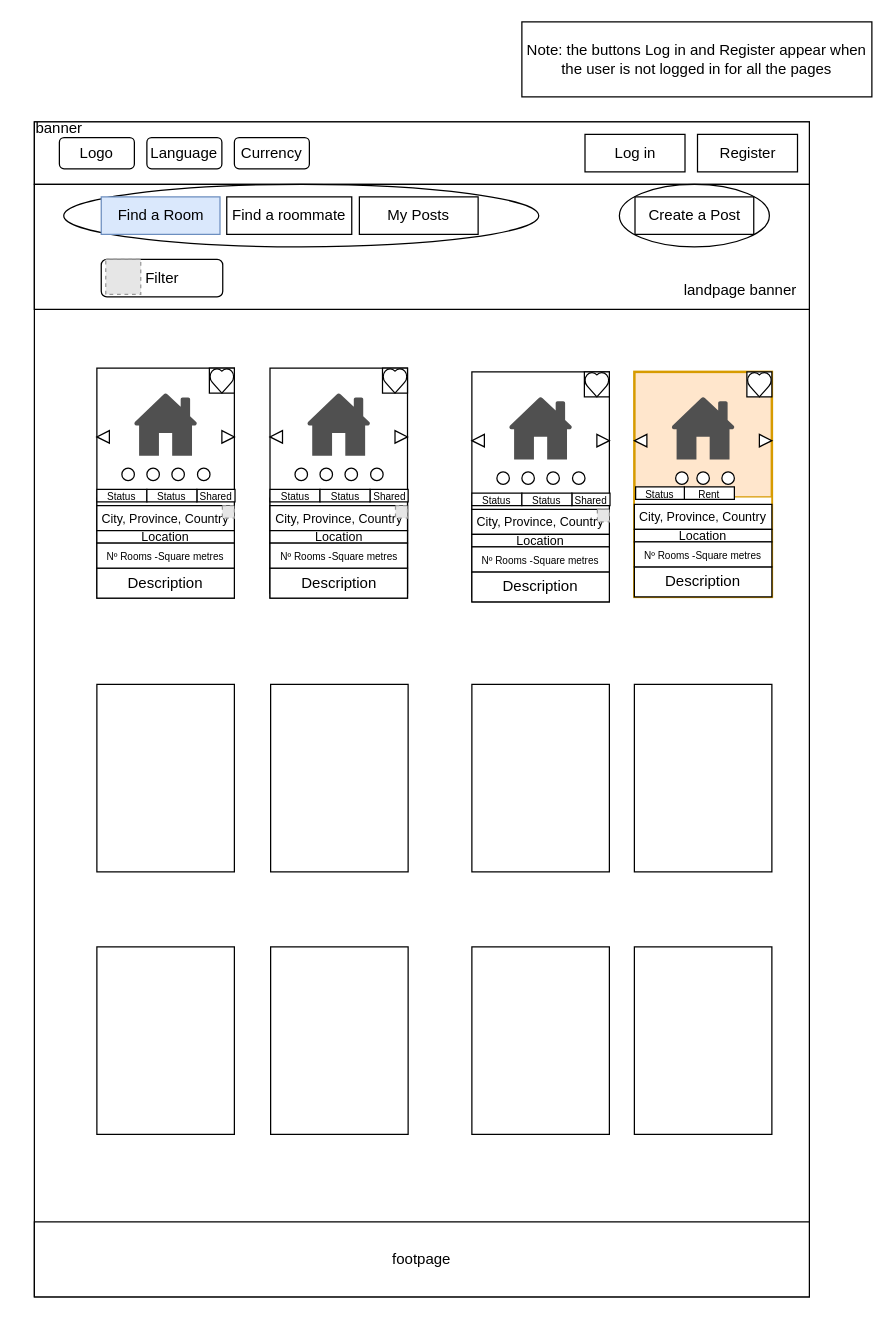
Above: CroquisWeb/DrawIO/Landpage (Unlogged).drawio in sofwarebakery/CroquisWeb (draw.io), before the change. Source tidied: cells renumbered, new cells numbered last; positions are measured from the earlier drawing's top-left corner, leaving out a move shared by most shapes. Both pictures are drawn from the tidied source at 125%, with x=0, y=0 at pixel (21, 21). Pictures stored in the file or linked from it are replaced by grey dashed boxes.
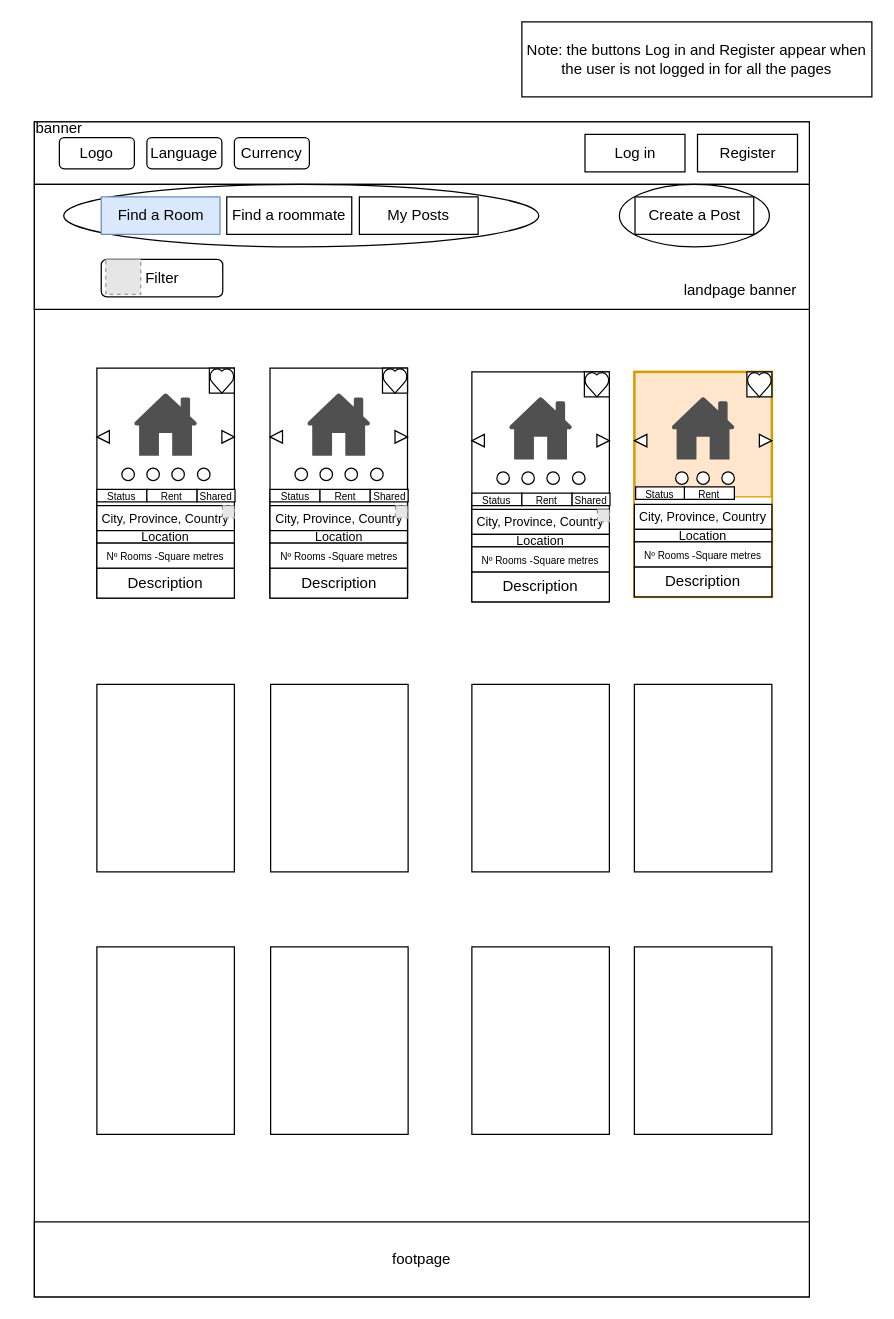
Above is the later version.

What changed in the source:
```diff
@@
-    <mxCell id="54" value="&lt;font style=&quot;font-size: 8px;&quot;&gt;Status&lt;/font&gt;" style="rounded=0;whiteSpace=wrap;html=1;" parent="1" vertex="1">
+    <mxCell id="54" value="&lt;font style=&quot;font-size: 8px;&quot;&gt;Rent&lt;/font&gt;" style="rounded=0;whiteSpace=wrap;html=1;" parent="1" vertex="1">
       <mxGeometry x="400" y="377" width="40" height="10" as="geometry" />
     </mxCell>
@@
-    <mxCell id="73" value="&lt;font style=&quot;font-size: 8px;&quot;&gt;Status&lt;/font&gt;" style="rounded=0;whiteSpace=wrap;html=1;" parent="1" vertex="1">
+    <mxCell id="73" value="&lt;font style=&quot;font-size: 8px;&quot;&gt;Rent&lt;/font&gt;" style="rounded=0;whiteSpace=wrap;html=1;" parent="1" vertex="1">
       <mxGeometry x="238.5" y="374" width="40" height="10" as="geometry" />
     </mxCell>
@@
-    <mxCell id="92" value="&lt;font style=&quot;font-size: 8px;&quot;&gt;Status&lt;/font&gt;" style="rounded=0;whiteSpace=wrap;html=1;" parent="1" vertex="1">
+    <mxCell id="92" value="&lt;font style=&quot;font-size: 8px;&quot;&gt;Rent&lt;/font&gt;" style="rounded=0;whiteSpace=wrap;html=1;" parent="1" vertex="1">
       <mxGeometry x="100" y="374" width="40" height="10" as="geometry" />
     </mxCell>
```
